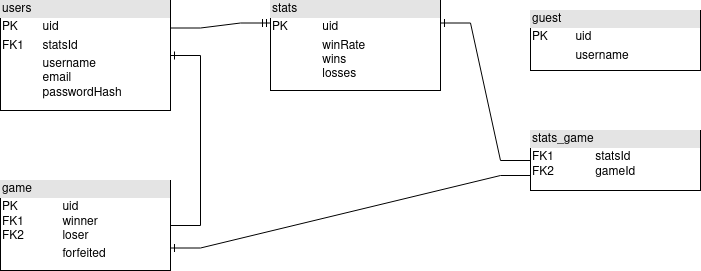
This is docs/db-design.png from Anghel-Lucian/tri-d-chess, a draw.io export, as it was before one commit. Source tidied: cells renumbered, new cells last; positions are measured from the earlier drawing's top-left corner, leaving out a move shared by most shapes.
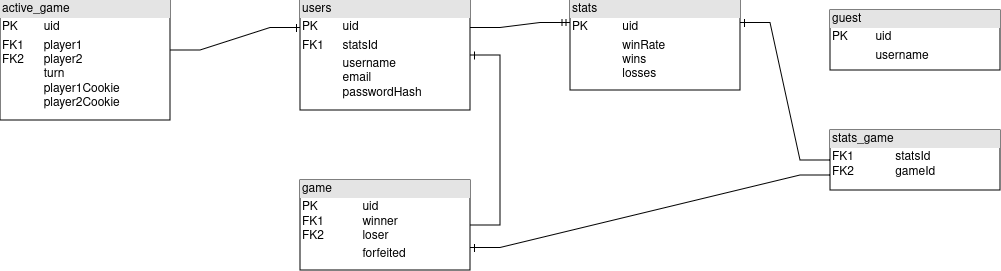
The same diagram one commit later.

Commit message:
Add game-server sse interaction; Update openAPI docs to Game Server

What changed in the source:
```diff
@@ -33,5 +33,13 @@
     <mxCell id="10" style="edgeStyle=entityRelationEdgeStyle;fontSize=12;html=1;endArrow=ERmandOne;rounded=0;exitX=1;exitY=0.25;exitDx=0;exitDy=0;entryX=0;entryY=0.25;entryDx=0;entryDy=0;" parent="1" edge="1" source="2" target="4">
       <mxGeometry relative="1" as="geometry" />
     </mxCell>
+    <mxCell id="11" value="&lt;div style=&quot;box-sizing:border-box;width:100%;background:#e4e4e4;padding:2px;&quot;&gt;active_game&lt;br&gt;&lt;/div&gt;&lt;table style=&quot;width:100%;font-size:1em;&quot; cellpadding=&quot;2&quot; cellspacing=&quot;0&quot;&gt;&lt;tbody&gt;&lt;tr&gt;&lt;td&gt;PK&lt;/td&gt;&lt;td&gt;uid&lt;br&gt;&lt;/td&gt;&lt;/tr&gt;&lt;tr&gt;&lt;td&gt;FK1&lt;br&gt;FK2&lt;br&gt;&lt;br&gt;&lt;br&gt;&lt;br&gt;&lt;/td&gt;&lt;td&gt;player1&lt;br&gt;player2&lt;br&gt;turn&lt;br&gt;player1Cookie&lt;br&gt;player2Cookie&lt;br&gt;&lt;/td&gt;&lt;/tr&gt;&lt;tr&gt;&lt;td&gt;&lt;br&gt;&lt;/td&gt;&lt;td&gt;&lt;br&gt;&lt;/td&gt;&lt;/tr&gt;&lt;/tbody&gt;&lt;/table&gt;" style="verticalAlign=top;align=left;overflow=fill;html=1;whiteSpace=wrap;" parent="1" vertex="1">
+      <mxGeometry x="-300" width="170" height="120" as="geometry" />
+    </mxCell>
+    <mxCell id="12" style="edgeStyle=entityRelationEdgeStyle;fontSize=12;html=1;endArrow=ERone;endFill=1;rounded=0;entryX=0;entryY=0.25;entryDx=0;entryDy=0;" parent="1" edge="1" target="2">
+      <mxGeometry relative="1" as="geometry">
+        <mxPoint x="-130" y="50" as="sourcePoint" />
+      </mxGeometry>
+    </mxCell>
   </root>
 </mxGraphModel>
```
